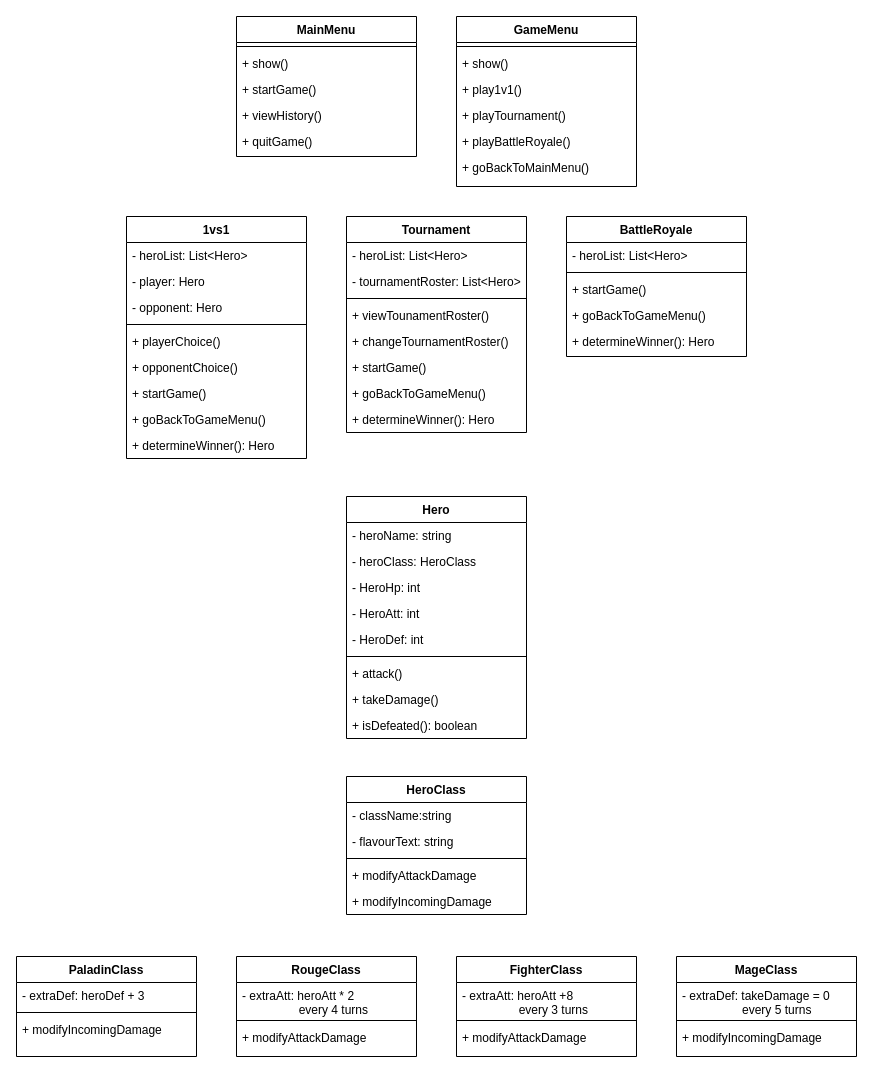
Before: ClassDiagram.drawio in o0JustMe0o/Grundlagen-Programmierung-Teil-III, a draw.io diagram. Source tidied: cells renumbered, new cells numbered last; positions are measured from the earlier drawing's top-left corner, leaving out a move shared by most shapes. Both pictures are drawn from the tidied source at 100%, with x=0, y=0 at pixel (16, 16).
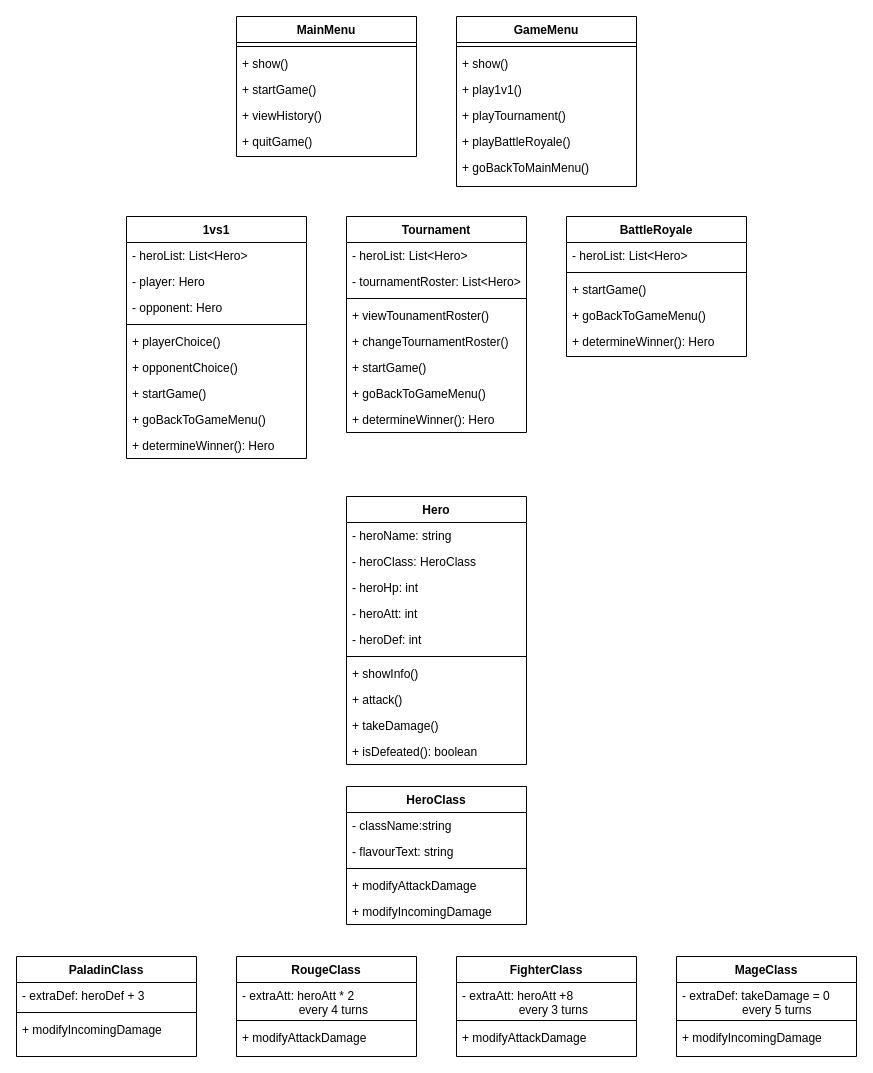
After the change.

Commit message (it also covers changes not shown here):
pubĺic class Hero created with first attributes and methods

What changed in the source:
```diff
@@
     <mxCell id="2" value="Hero" style="swimlane;fontStyle=1;align=center;verticalAlign=top;horizontal=1;startSize=26;rounded=0;shadow=0;strokeWidth=1;" parent="1" vertex="1">
-      <mxGeometry x="330" y="480" width="180" height="242" as="geometry" />
+      <mxGeometry x="330" y="480" width="180" height="268" as="geometry" />
     </mxCell>
@@
-    <mxCell id="5" value="- HeroHp: int" style="text;align=left;verticalAlign=top;spacingLeft=4;spacingRight=4;overflow=hidden;rounded=0;shadow=0;html=0;" parent="2" vertex="1">
+    <mxCell id="5" value="- heroHp: int" style="text;align=left;verticalAlign=top;spacingLeft=4;spacingRight=4;overflow=hidden;rounded=0;shadow=0;html=0;" parent="2" vertex="1">
       <mxGeometry y="78" width="180" height="26" as="geometry" />
     </mxCell>
-    <mxCell id="6" value="- HeroAtt: int" style="text;align=left;verticalAlign=top;spacingLeft=4;spacingRight=4;overflow=hidden;rounded=0;shadow=0;html=0;" parent="2" vertex="1">
+    <mxCell id="6" value="- heroAtt: int" style="text;align=left;verticalAlign=top;spacingLeft=4;spacingRight=4;overflow=hidden;rounded=0;shadow=0;html=0;" parent="2" vertex="1">
       <mxGeometry y="104" width="180" height="26" as="geometry" />
     </mxCell>
-    <mxCell id="7" value="- HeroDef: int" style="text;align=left;verticalAlign=top;spacingLeft=4;spacingRight=4;overflow=hidden;rounded=0;shadow=0;html=0;" parent="2" vertex="1">
+    <mxCell id="7" value="- heroDef: int" style="text;align=left;verticalAlign=top;spacingLeft=4;spacingRight=4;overflow=hidden;rounded=0;shadow=0;html=0;" parent="2" vertex="1">
       <mxGeometry y="130" width="180" height="26" as="geometry" />
     </mxCell>
@@
+    <mxCell id="72" value="+ showInfo()" style="text;align=left;verticalAlign=top;spacingLeft=4;spacingRight=4;overflow=hidden;" parent="2" vertex="1">
+      <mxGeometry y="164" width="180" height="26" as="geometry" />
+    </mxCell>
     <mxCell id="9" value="+ attack()" style="text;align=left;verticalAlign=top;spacingLeft=4;spacingRight=4;overflow=hidden;" parent="2" vertex="1">
-      <mxGeometry y="164" width="180" height="26" as="geometry" />
+      <mxGeometry y="190" width="180" height="26" as="geometry" />
     </mxCell>
     <mxCell id="10" value="+ takeDamage()" style="text;align=left;verticalAlign=top;spacingLeft=4;spacingRight=4;overflow=hidden;" parent="2" vertex="1">
-      <mxGeometry y="190" width="180" height="26" as="geometry" />
+      <mxGeometry y="216" width="180" height="26" as="geometry" />
     </mxCell>
     <mxCell id="11" value="+ isDefeated(): boolean" style="text;align=left;verticalAlign=top;spacingLeft=4;spacingRight=4;overflow=hidden;" parent="2" vertex="1">
-      <mxGeometry y="216" width="180" height="26" as="geometry" />
+      <mxGeometry y="242" width="180" height="26" as="geometry" />
     </mxCell>
     <mxCell id="12" value="HeroClass" style="swimlane;fontStyle=1;align=center;verticalAlign=top;horizontal=1;startSize=26;rounded=0;shadow=0;strokeWidth=1;" parent="1" vertex="1">
-      <mxGeometry x="330" y="760" width="180" height="138" as="geometry" />
+      <mxGeometry x="330" y="770" width="180" height="138" as="geometry" />
     </mxCell>
```
